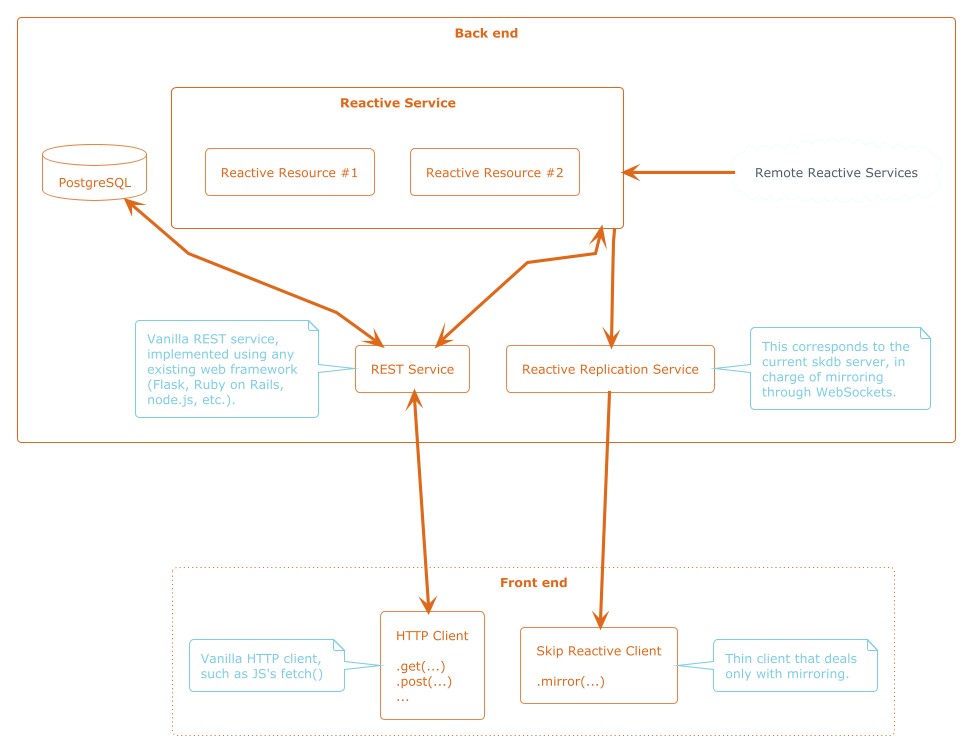
Earlier version of the PlantUML export rfc/architecture.png (beauby/skdb). The source it was exported from:
```plantuml
@startuml
skinparam componentStyle rectangle
skinparam linetype polyline
!theme superhero-outline
component "Back end" as s1 {
        together {
                database "PostgreSQL" as db
                component "Reactive Service" as s1.srs {
                        together {
                                [Reactive Resource #1] as s1.srs.1
                                [Reactive Resource #2] as s1.srs.2
                        }
                }
        }

        together {
                [REST Service] as s1.rest
                note left
                        Vanilla REST service,
                        implemented using any
                        existing web framework
                        (Flask, Ruby on Rails,
                        node.js, etc.).
                end note
                [Reactive Replication Service] as s1.replication
                note right
                        This corresponds to the
                        current skdb server, in
                        charge of mirroring
                        through WebSockets.
                end note
        }

        s1.rest <--> "read/write" db
        s1.rest -[hidden]r- s1.replication
        s1.srs --> "tail" s1.replication
        s1.srs <--> s1.rest : read/write

        cloud "Remote Reactive Services" as s2
        s1.srs <-r- s2 : WebSocket\nmirror()
}


component "Front end" #line.dotted {
        [HTTP Client\n\n.get(...)\n.post(...)\n...] as restclient
        note left
                Vanilla HTTP client,
                such as JS's fetch()
        end note
        [Skip Reactive Client\n\n.mirror(...)] as srsclient
        note right
                Thin client that deals
                only with mirroring.
        end note

        s1.replication ---> srsclient : WebSocket
        s1.rest <---> restclient : HTTP

}
@enduml
```
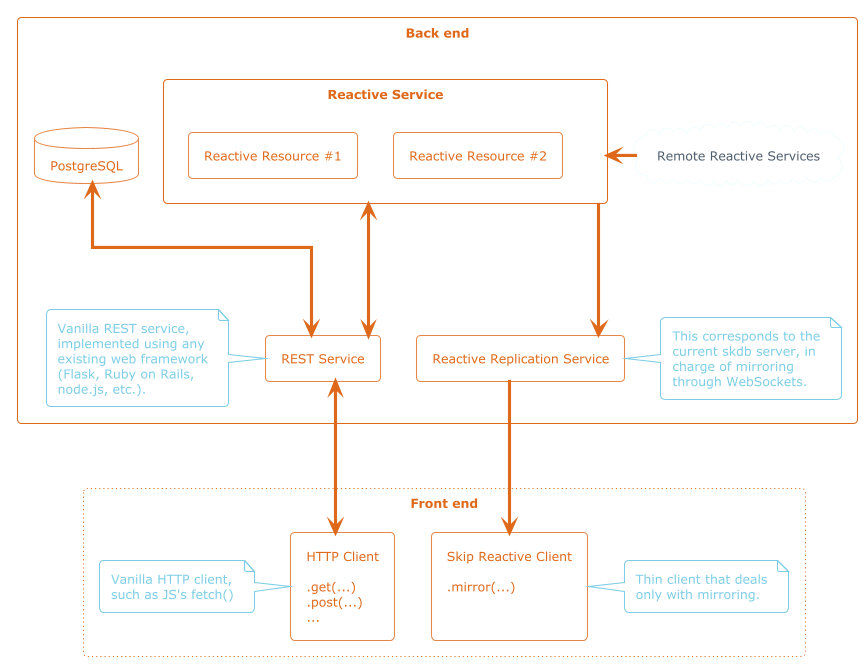
The same file after the commit.

Commit message:
pre-render

Change to the diagram source:
```diff
@@ -1,44 +1,43 @@
 @startuml
 skinparam componentStyle rectangle
-skinparam linetype polyline
+skinparam linetype ortho
 !theme superhero-outline
+
 component "Back end" as s1 {
-        together {
-                database "PostgreSQL" as db
-                component "Reactive Service" as s1.srs {
-                        together {
-                                [Reactive Resource #1] as s1.srs.1
-                                [Reactive Resource #2] as s1.srs.2
-                        }
-                }
+        database "PostgreSQL" as db
+        component "Reactive Service" as srs {
+                [Reactive Resource #1] as srs.1
+                [Reactive Resource #2] as srs.2
         }
+        component "REST Service" as rest
+        note left of rest
+                Vanilla REST service,
+                implemented using any
+                existing web framework
+                (Flask, Ruby on Rails,
+                node.js, etc.).
+        end note
 
-        together {
-                [REST Service] as s1.rest
-                note left
-                        Vanilla REST service,
-                        implemented using any
-                        existing web framework
-                        (Flask, Ruby on Rails,
-                        node.js, etc.).
-                end note
-                [Reactive Replication Service] as s1.replication
-                note right
-                        This corresponds to the
-                        current skdb server, in
-                        charge of mirroring
-                        through WebSockets.
-                end note
-        }
+        [Reactive Replication Service] as replication
+        note right of replication
+                This corresponds to the
+                current skdb server, in
+                charge of mirroring
+                through WebSockets.
+        end note
 
-        s1.rest <--> "read/write" db
-        s1.rest -[hidden]r- s1.replication
-        s1.srs --> "tail" s1.replication
-        s1.srs <--> s1.rest : read/write
+        db -[hidden]right- srs
 
-        cloud "Remote Reactive Services" as s2
-        s1.srs <-r- s2 : WebSocket\nmirror()
+        rest -[hidden]right- replication
+
+        db <---> rest
+        srs <---> rest
+        srs ---> replication
+
+        cloud "Remote Reactive Services" as remote_srs
+        srs <-[norank]- remote_srs
 }
+
 
 
 component "Front end" #line.dotted {
@@ -47,14 +46,15 @@
                 Vanilla HTTP client,
                 such as JS's fetch()
         end note
-        [Skip Reactive Client\n\n.mirror(...)] as srsclient
+        [Skip Reactive Client\n\n.mirror(...)\n\n] as srsclient
         note right
                 Thin client that deals
                 only with mirroring.
         end note
 
-        s1.replication ---> srsclient : WebSocket
-        s1.rest <---> restclient : HTTP
+        restclient -[hidden]right-> srsclient
+        replication ---> srsclient : WebSocket
+        rest <---> restclient : HTTP
 
 }
 @enduml
```
